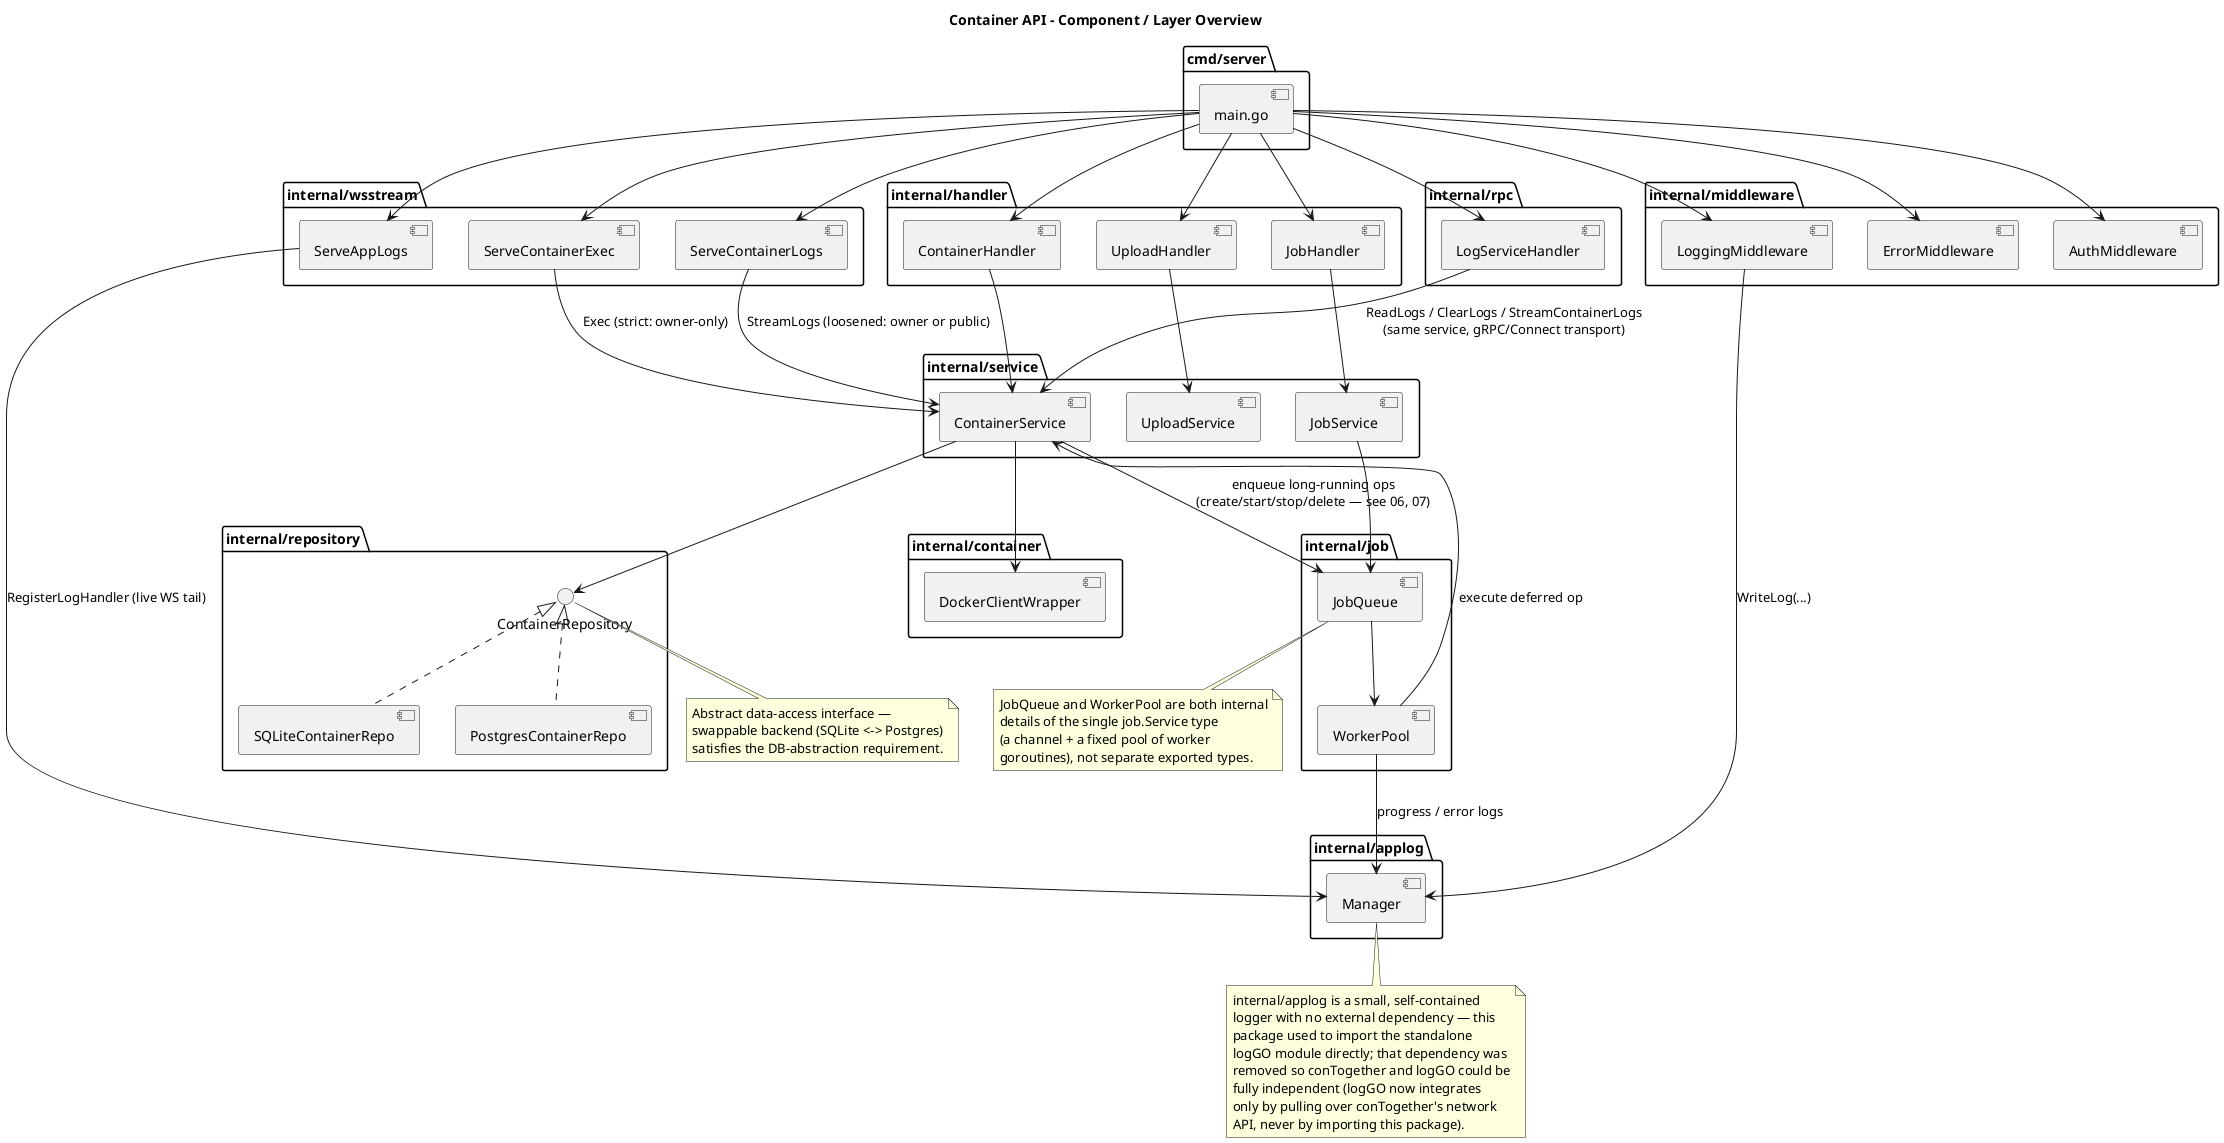
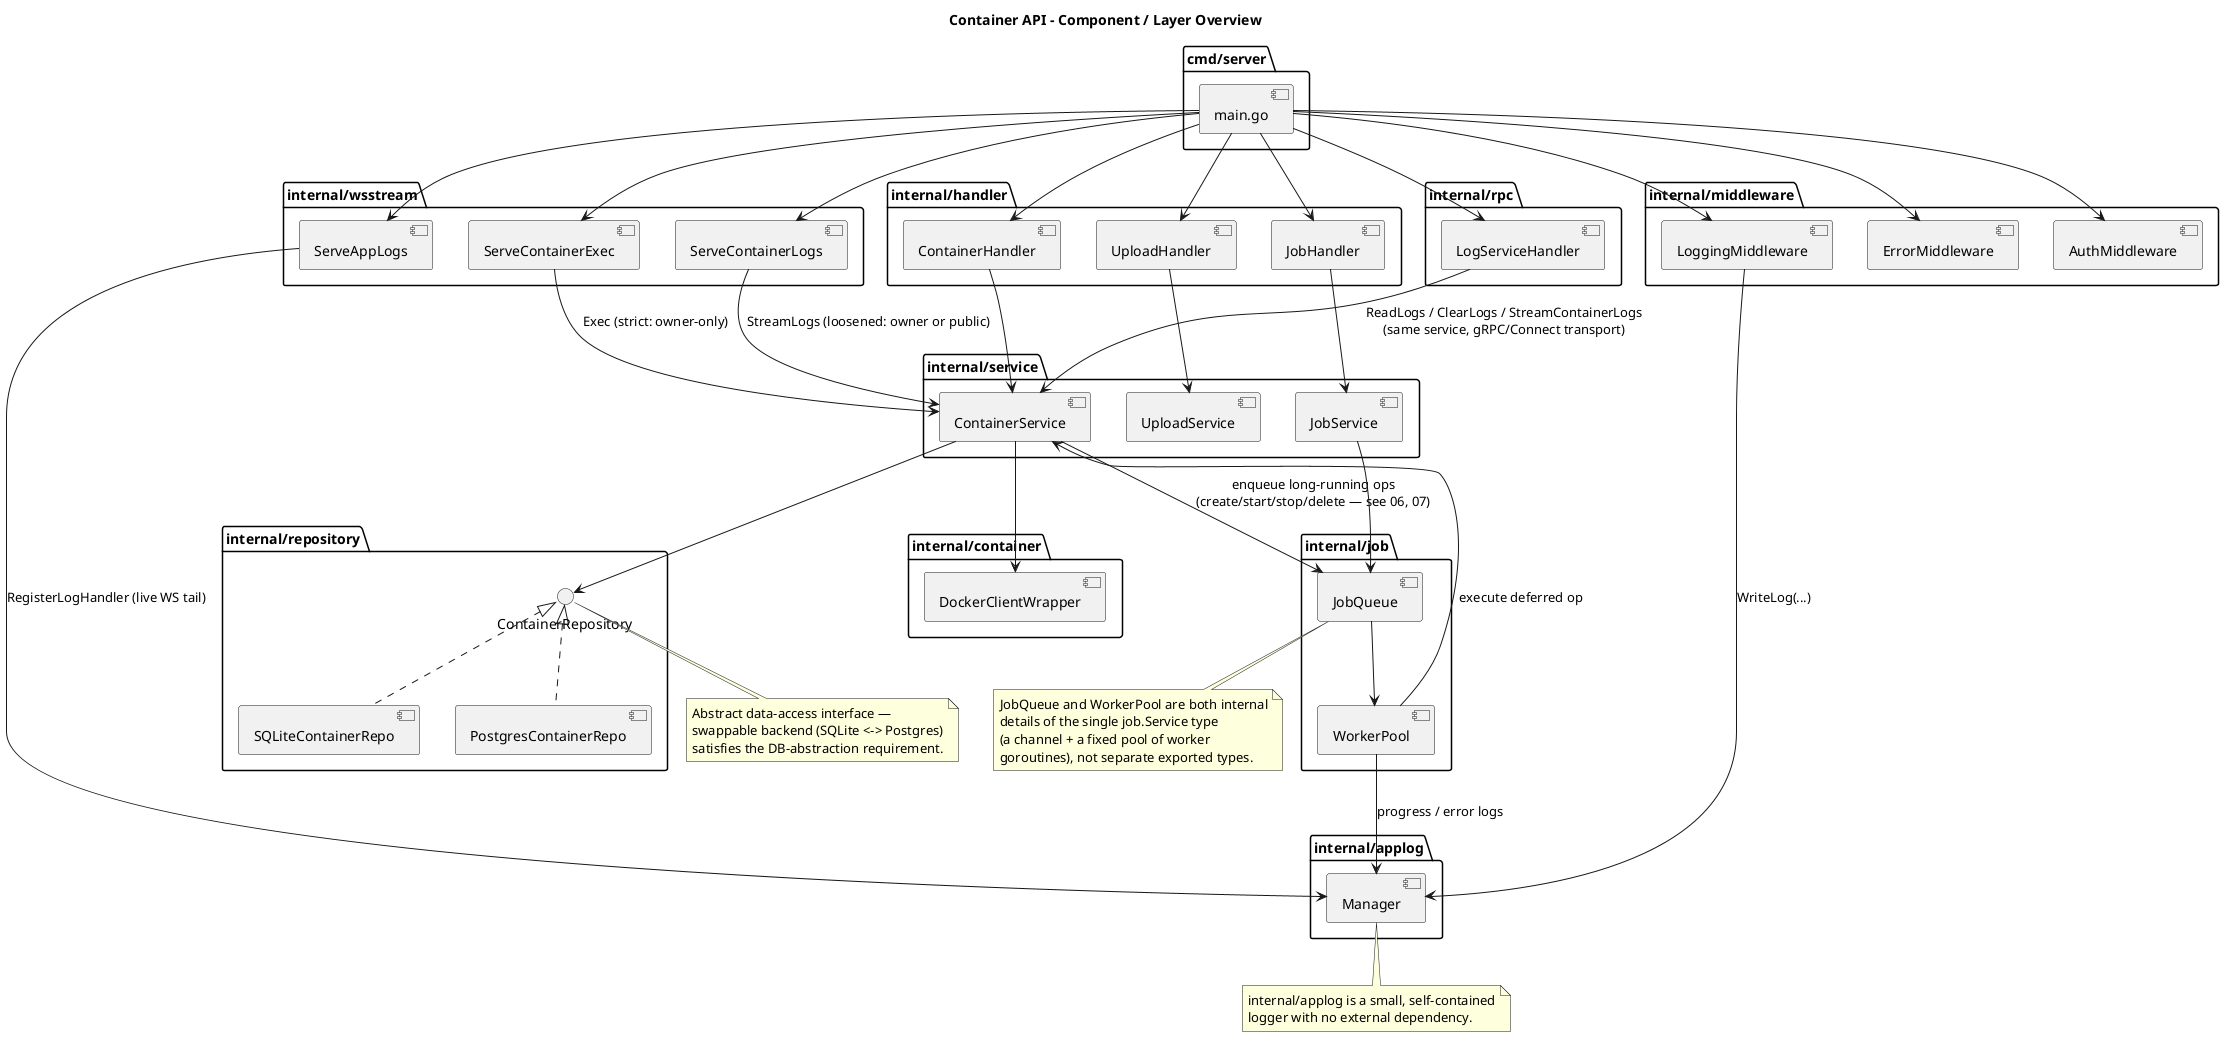
@startuml
title Container API - Component / Layer Overview

package "cmd/server" {
  [main.go] as Main
}

package "internal/middleware" {
  [AuthMiddleware]
  [LoggingMiddleware]
  [ErrorMiddleware]
}

package "internal/handler" {
  [ContainerHandler]
  [UploadHandler]
  [JobHandler]
}

package "internal/service" {
  [ContainerService]
  [UploadService]
  [JobService]
}

package "internal/repository" {
  interface ContainerRepository
  [SQLiteContainerRepo]
  [PostgresContainerRepo]
}

package "internal/container" {
  [DockerClientWrapper]
}

package "internal/job" {
  [JobQueue]
  [WorkerPool]
}

package "internal/wsstream" {
  [ServeAppLogs]
  [ServeContainerLogs]
  [ServeContainerExec]
}

package "internal/rpc" {
  [LogServiceHandler]
}

package "internal/applog" {
  [Manager] as AppLogManager
}

Main --> AuthMiddleware
Main --> LoggingMiddleware
Main --> ErrorMiddleware
Main --> ContainerHandler
Main --> UploadHandler
Main --> JobHandler
Main --> ServeAppLogs
Main --> ServeContainerLogs
Main --> ServeContainerExec
Main --> LogServiceHandler

LoggingMiddleware --> AppLogManager : WriteLog(...)

ContainerHandler --> ContainerService
UploadHandler --> UploadService
JobHandler --> JobService
ServeContainerLogs --> ContainerService : StreamLogs (loosened: owner or public)
ServeContainerExec --> ContainerService : Exec (strict: owner-only)
ServeAppLogs --> AppLogManager : RegisterLogHandler (live WS tail)
LogServiceHandler --> ContainerService : ReadLogs / ClearLogs / StreamContainerLogs\n(same service, gRPC/Connect transport)

ContainerService --> ContainerRepository
ContainerService --> DockerClientWrapper
ContainerService --> JobQueue : enqueue long-running ops\n(create/start/stop/delete — see 06, 07)

JobService --> JobQueue
JobQueue --> WorkerPool
WorkerPool --> ContainerService : execute deferred op
WorkerPool --> AppLogManager : progress / error logs

ContainerRepository <|.. SQLiteContainerRepo
ContainerRepository <|.. PostgresContainerRepo

note bottom of ContainerRepository
  Abstract data-access interface —
  swappable backend (SQLite <-> Postgres)
  satisfies the DB-abstraction requirement.
end note

note bottom of AppLogManager
  internal/applog is a small, self-contained
-   logger with no external dependency — this
-   package used to import the standalone
-   logGO module directly; that dependency was
-   removed so conTogether and logGO could be
-   fully independent (logGO now integrates
-   only by pulling over conTogether's network
-   API, never by importing this package).
+   logger with no external dependency.
end note

note bottom of JobQueue
  JobQueue and WorkerPool are both internal
  details of the single job.Service type
  (a channel + a fixed pool of worker
  goroutines), not separate exported types.
end note

@enduml
